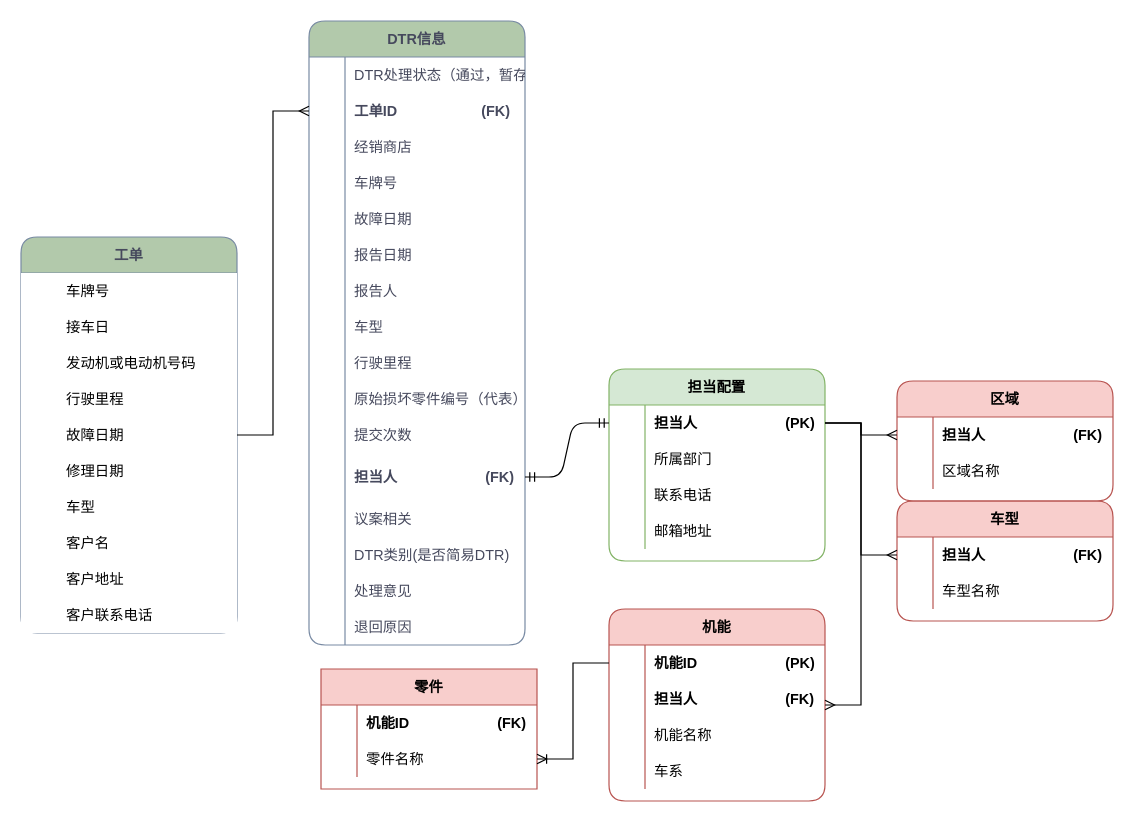
Before: images/DTR聚合根.drawio in 1132489442/designer, a draw.io diagram. Source tidied: cells renumbered, new cells numbered last; positions are measured from the earlier drawing's top-left corner, leaving out a move shared by most shapes. Both pictures are drawn from the tidied source at 120%, with x=0, y=0 at pixel (20, 20).
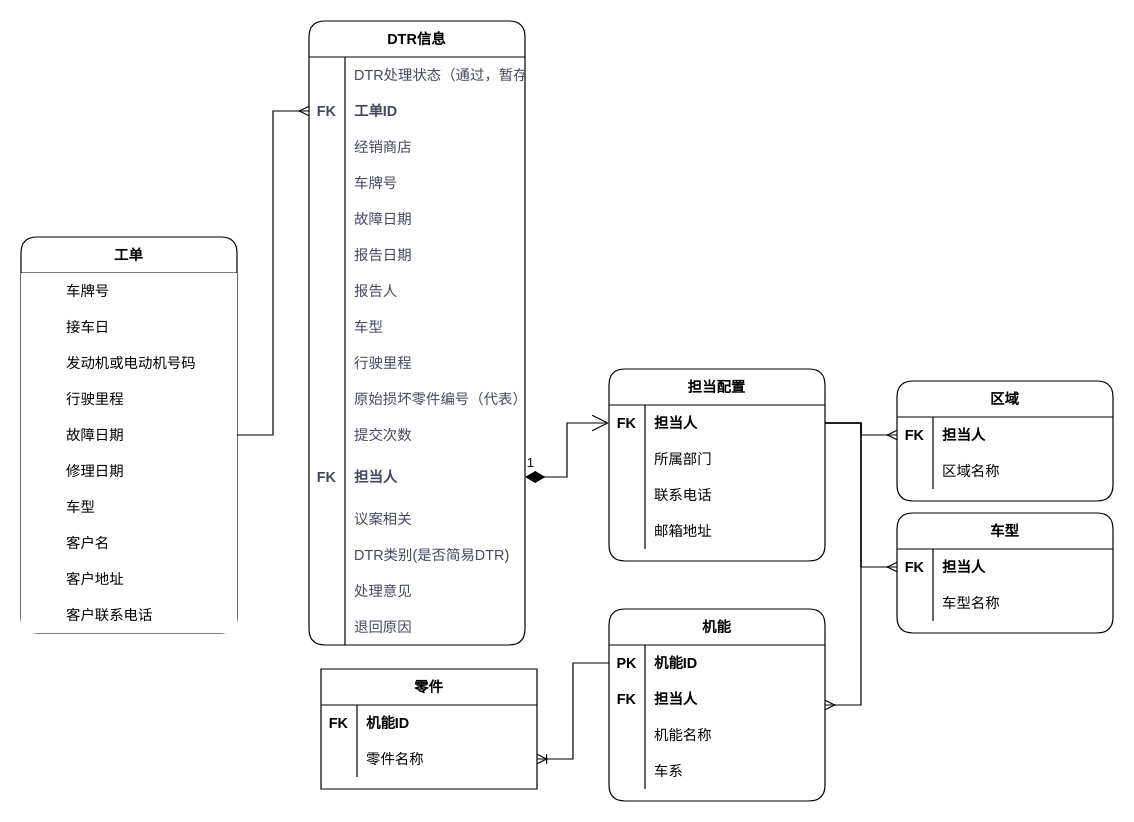
Above is the later version.

Commit message:
更新DTR聚合根.drawio

The change refers to these unchanged cells:
```xml
<mxCell id="37" style="shape=partialRectangle;fillColor=none;top=0;left=0;bottom=0;right=0;points=[[0,0.5],[1,0.5]];portConstraint=eastwest;strokeColor=#788AA3;fontColor=#46495D;rounded=1;" parent="33" vertex="1">
  <mxGeometry y="60" width="180" height="30" as="geometry" />
</mxCell>
<mxCell id="67" style="shape=partialRectangle;fillColor=none;top=0;left=0;bottom=0;right=0;points=[[0,0.5],[1,0.5]];portConstraint=eastwest;strokeColor=#788AA3;fontColor=#46495D;rounded=1;" parent="33" vertex="1">
  <mxGeometry y="360" width="180" height="40" as="geometry" />
</mxCell>
<mxCell id="83" style="shape=partialRectangle;fillColor=none;top=0;left=0;bottom=0;right=0;points=[[0,0.5],[1,0.5]];portConstraint=eastwest;rounded=1;" parent="82" vertex="1">
  <mxGeometry y="30" width="180" height="30" as="geometry" />
</mxCell>
<mxCell id="96" style="shape=partialRectangle;fillColor=none;top=0;left=0;bottom=0;right=0;points=[[0,0.5],[1,0.5]];portConstraint=eastwest;rounded=1;" parent="95" vertex="1">
  <mxGeometry y="30" width="180" height="30" as="geometry" />
</mxCell>
<mxCell id="99" style="shape=partialRectangle;fillColor=none;top=0;left=0;bottom=0;right=0;rounded=1;" parent="95" vertex="1">
  <mxGeometry y="60" width="180" height="30" as="geometry" />
</mxCell>
<mxCell id="109" style="shape=partialRectangle;fillColor=none;top=0;left=0;bottom=0;right=0;points=[[0,0.5],[1,0.5]];portConstraint=eastwest;rounded=1;" parent="108" vertex="1">
  <mxGeometry y="30" width="180" height="30" as="geometry" />
</mxCell>
<mxCell id="116" style="shape=partialRectangle;fillColor=none;top=0;left=0;bottom=0;right=0;points=[[0,0.5],[1,0.5]];portConstraint=eastwest;rounded=1;" parent="115" vertex="1">
  <mxGeometry y="30" width="180" height="30" as="geometry" />
</mxCell>
<mxCell id="128" style="shape=partialRectangle;fillColor=none;top=0;left=0;bottom=0;right=0;" parent="127" vertex="1">
  <mxGeometry y="30" width="180" height="30" as="geometry" />
</mxCell>
```

What changed in the source:
```diff
@@
-    <mxCell id="2" value="工单" style="shape=table;startSize=30;childLayout=tableLayout;rowLines=0;fontStyle=1;align=center;fillColor=#B2C9AB;strokeColor=#788AA3;fontColor=#46495D;rounded=1;verticalAlign=middle;" parent="1" vertex="1">
+    <mxCell id="2" value="工单" style="shape=table;startSize=30;childLayout=tableLayout;rowLines=0;fontStyle=1;align=center;rounded=1;verticalAlign=middle;" parent="1" vertex="1">
       <mxGeometry y="180" width="180" height="330" as="geometry" />
     </mxCell>
@@
-    <mxCell id="33" value="DTR信息" style="shape=table;startSize=30;childLayout=tableLayout;rowLines=0;fontStyle=1;align=center;fillColor=#B2C9AB;strokeColor=#788AA3;fontColor=#46495D;rounded=1;" parent="1" vertex="1">
+    <mxCell id="33" value="DTR信息" style="shape=table;startSize=30;childLayout=tableLayout;rowLines=0;fontStyle=1;align=center;rounded=1;" parent="1" vertex="1">
       <mxGeometry x="240" width="180" height="520" as="geometry" />
     </mxCell>
@@
-    <mxCell id="38" style="shape=partialRectangle;fillColor=none;top=0;left=0;bottom=0;right=0;overflow=hidden;strokeColor=#788AA3;fontColor=#46495D;rounded=1;" parent="37" vertex="1">
+    <mxCell id="38" value="FK" style="shape=partialRectangle;fillColor=none;top=0;left=0;bottom=0;right=0;overflow=hidden;strokeColor=#788AA3;fontColor=#46495D;rounded=1;fontStyle=1;" parent="37" vertex="1">
       <mxGeometry width="30" height="30" as="geometry" />
     </mxCell>
-    <mxCell id="39" value="工单ID                     (FK)" style="shape=partialRectangle;fillColor=none;top=0;left=0;bottom=0;right=0;align=left;spacingLeft=6;overflow=hidden;strokeColor=#788AA3;fontColor=#46495D;rounded=1;fontStyle=1;" parent="37" vertex="1">
+    <mxCell id="39" value="工单ID                     " style="shape=partialRectangle;fillColor=none;top=0;left=0;bottom=0;right=0;align=left;spacingLeft=6;overflow=hidden;strokeColor=#788AA3;fontColor=#46495D;rounded=1;fontStyle=1;" parent="37" vertex="1">
       <mxGeometry x="30" width="150" height="30" as="geometry" />
     </mxCell>
@@
-    <mxCell id="68" style="shape=partialRectangle;fillColor=none;top=0;left=0;bottom=0;right=0;overflow=hidden;strokeColor=#788AA3;fontColor=#46495D;rounded=1;" parent="67" vertex="1">
+    <mxCell id="68" value="FK" style="shape=partialRectangle;fillColor=none;top=0;left=0;bottom=0;right=0;overflow=hidden;strokeColor=#788AA3;fontColor=#46495D;rounded=1;fontStyle=1;" parent="67" vertex="1">
       <mxGeometry width="30" height="40" as="geometry" />
     </mxCell>
-    <mxCell id="69" value="担当人                      (FK)" style="shape=partialRectangle;fillColor=none;top=0;left=0;bottom=0;right=0;align=left;spacingLeft=6;overflow=hidden;strokeColor=#788AA3;fontColor=#46495D;rounded=1;fontStyle=1;" parent="67" vertex="1">
+    <mxCell id="69" value="担当人                     " style="shape=partialRectangle;fillColor=none;top=0;left=0;bottom=0;right=0;align=left;spacingLeft=6;overflow=hidden;strokeColor=#788AA3;fontColor=#46495D;rounded=1;fontStyle=1;" parent="67" vertex="1">
       <mxGeometry x="30" width="150" height="40" as="geometry" />
     </mxCell>
@@
-    <mxCell id="82" value="担当配置" style="shape=table;startSize=30;childLayout=tableLayout;rowLines=0;fontStyle=1;align=center;rounded=1;fillColor=#d5e8d4;strokeColor=#82b366;" parent="1" vertex="1">
+    <mxCell id="82" value="担当配置" style="shape=table;startSize=30;childLayout=tableLayout;rowLines=0;fontStyle=1;align=center;rounded=1;" parent="1" vertex="1">
       <mxGeometry x="490" y="290" width="180" height="160" as="geometry" />
     </mxCell>
@@
-    <mxCell id="84" style="shape=partialRectangle;fillColor=none;top=0;left=0;bottom=0;right=0;overflow=hidden;rounded=1;" parent="83" vertex="1">
+    <mxCell id="84" value="FK" style="shape=partialRectangle;fillColor=none;top=0;left=0;bottom=0;right=0;overflow=hidden;rounded=1;fontStyle=1;" parent="83" vertex="1">
       <mxGeometry width="30" height="30" as="geometry" />
     </mxCell>
-    <mxCell id="85" value="担当人                      (PK)" style="shape=partialRectangle;fillColor=none;top=0;left=0;bottom=0;right=0;align=left;spacingLeft=6;overflow=hidden;rounded=1;fontStyle=1;" parent="83" vertex="1">
+    <mxCell id="85" value="担当人              " style="shape=partialRectangle;fillColor=none;top=0;left=0;bottom=0;right=0;align=left;spacingLeft=6;overflow=hidden;rounded=1;fontStyle=1;" parent="83" vertex="1">
       <mxGeometry x="30" width="150" height="30" as="geometry" />
     </mxCell>
@@
-    <mxCell id="95" value="机能" style="shape=table;startSize=30;childLayout=tableLayout;rowLines=0;fontStyle=1;align=center;rounded=1;fillColor=#f8cecc;strokeColor=#b85450;" parent="1" vertex="1">
+    <mxCell id="95" value="机能" style="shape=table;startSize=30;childLayout=tableLayout;rowLines=0;fontStyle=1;align=center;rounded=1;" parent="1" vertex="1">
       <mxGeometry x="490" y="490" width="180" height="160" as="geometry" />
     </mxCell>
@@
-    <mxCell id="97" style="shape=partialRectangle;fillColor=none;top=0;left=0;bottom=0;right=0;overflow=hidden;rounded=1;" parent="96" vertex="1">
+    <mxCell id="97" value="PK" style="shape=partialRectangle;fillColor=none;top=0;left=0;bottom=0;right=0;overflow=hidden;rounded=1;fontStyle=1;" parent="96" vertex="1">
       <mxGeometry width="30" height="30" as="geometry" />
     </mxCell>
-    <mxCell id="98" value="机能ID                      (PK)" style="shape=partialRectangle;fillColor=none;top=0;left=0;bottom=0;right=0;align=left;spacingLeft=6;overflow=hidden;rounded=1;fontStyle=1;" parent="96" vertex="1">
+    <mxCell id="98" value="机能ID                " style="shape=partialRectangle;fillColor=none;top=0;left=0;bottom=0;right=0;align=left;spacingLeft=6;overflow=hidden;rounded=1;fontStyle=1;" parent="96" vertex="1">
       <mxGeometry x="30" width="150" height="30" as="geometry" />
     </mxCell>
@@
-    <mxCell id="100" style="shape=partialRectangle;fillColor=none;top=0;left=0;bottom=0;right=0;overflow=hidden;rounded=1;" parent="99" vertex="1">
+    <mxCell id="100" value="FK" style="shape=partialRectangle;fillColor=none;top=0;left=0;bottom=0;right=0;overflow=hidden;rounded=1;fontStyle=1;" parent="99" vertex="1">
       <mxGeometry width="30" height="30" as="geometry" />
     </mxCell>
-    <mxCell id="101" value="担当人                      (FK)" style="shape=partialRectangle;fillColor=none;top=0;left=0;bottom=0;right=0;align=left;spacingLeft=6;overflow=hidden;rounded=1;fontStyle=1;" parent="99" vertex="1">
+    <mxCell id="101" value="担当人             " style="shape=partialRectangle;fillColor=none;top=0;left=0;bottom=0;right=0;align=left;spacingLeft=6;overflow=hidden;rounded=1;fontStyle=1;" parent="99" vertex="1">
       <mxGeometry x="30" width="150" height="30" as="geometry" />
     </mxCell>
@@
-    <mxCell id="108" value="车型" style="shape=table;startSize=30;childLayout=tableLayout;rowLines=0;fontStyle=1;align=center;rounded=1;fillColor=#f8cecc;strokeColor=#b85450;" parent="1" vertex="1">
-      <mxGeometry x="730" y="400" width="180" height="100" as="geometry" />
+    <mxCell id="108" value="车型" style="shape=table;startSize=30;childLayout=tableLayout;rowLines=0;fontStyle=1;align=center;rounded=1;" parent="1" vertex="1">
+      <mxGeometry x="730" y="410" width="180" height="100" as="geometry" />
     </mxCell>
@@
-    <mxCell id="110" style="shape=partialRectangle;fillColor=none;top=0;left=0;bottom=0;right=0;overflow=hidden;rounded=1;" parent="109" vertex="1">
+    <mxCell id="110" value="FK" style="shape=partialRectangle;fillColor=none;top=0;left=0;bottom=0;right=0;overflow=hidden;rounded=1;fontStyle=1;" parent="109" vertex="1">
       <mxGeometry width="30" height="30" as="geometry" />
     </mxCell>
-    <mxCell id="111" value="担当人                      (FK)" style="shape=partialRectangle;fillColor=none;top=0;left=0;bottom=0;right=0;align=left;spacingLeft=6;overflow=hidden;rounded=1;fontStyle=1;" parent="109" vertex="1">
+    <mxCell id="111" value="担当人           " style="shape=partialRectangle;fillColor=none;top=0;left=0;bottom=0;right=0;align=left;spacingLeft=6;overflow=hidden;rounded=1;fontStyle=1;" parent="109" vertex="1">
       <mxGeometry x="30" width="150" height="30" as="geometry" />
     </mxCell>
@@
-    <mxCell id="115" value="区域" style="shape=table;startSize=30;childLayout=tableLayout;rowLines=0;fontStyle=1;align=center;rounded=1;fillColor=#f8cecc;strokeColor=#b85450;" parent="1" vertex="1">
+    <mxCell id="115" value="区域" style="shape=table;startSize=30;childLayout=tableLayout;rowLines=0;fontStyle=1;align=center;rounded=1;" parent="1" vertex="1">
       <mxGeometry x="730" y="300" width="180" height="100" as="geometry" />
     </mxCell>
@@
-    <mxCell id="117" style="shape=partialRectangle;fillColor=none;top=0;left=0;bottom=0;right=0;overflow=hidden;rounded=1;" parent="116" vertex="1">
+    <mxCell id="117" value="FK" style="shape=partialRectangle;fillColor=none;top=0;left=0;bottom=0;right=0;overflow=hidden;rounded=1;fontStyle=1;" parent="116" vertex="1">
       <mxGeometry width="30" height="30" as="geometry" />
     </mxCell>
-    <mxCell id="118" value="担当人                      (FK)" style="shape=partialRectangle;fillColor=none;top=0;left=0;bottom=0;right=0;align=left;spacingLeft=6;overflow=hidden;rounded=1;fontStyle=1;" parent="116" vertex="1">
+    <mxCell id="118" value="担当人     " style="shape=partialRectangle;fillColor=none;top=0;left=0;bottom=0;right=0;align=left;spacingLeft=6;overflow=hidden;rounded=1;fontStyle=1;" parent="116" vertex="1">
       <mxGeometry x="30" width="150" height="30" as="geometry" />
     </mxCell>
@@
-    <mxCell id="122" style="edgeStyle=entityRelationEdgeStyle;fontSize=12;html=1;endArrow=ERmandOne;startArrow=ERmandOne;rounded=1;entryX=1;entryY=0.5;entryDx=0;entryDy=0;exitX=0;exitY=0.5;exitDx=0;exitDy=0;" parent="1" edge="1" source="83" target="67">
-      <mxGeometry relative="1" as="geometry" />
-    </mxCell>
@@
-    <mxCell id="127" value="零件" style="shape=table;startSize=30;childLayout=tableLayout;rowLines=0;fontStyle=1;align=center;fillColor=#f8cecc;strokeColor=#b85450;" parent="1" vertex="1">
+    <mxCell id="127" value="零件" style="shape=table;startSize=30;childLayout=tableLayout;rowLines=0;fontStyle=1;align=center;" parent="1" vertex="1">
       <mxGeometry x="250" y="540" width="180" height="100" as="geometry" />
     </mxCell>
@@
-    <mxCell id="129" style="shape=partialRectangle;fillColor=none;top=0;left=0;bottom=0;right=0;overflow=hidden;" parent="128" vertex="1">
+    <mxCell id="129" value="FK" style="shape=partialRectangle;fillColor=none;top=0;left=0;bottom=0;right=0;overflow=hidden;fontStyle=1;" parent="128" vertex="1">
       <mxGeometry width="30" height="30" as="geometry" />
     </mxCell>
-    <mxCell id="130" value="机能ID                      (FK)" style="shape=partialRectangle;fillColor=none;top=0;left=0;bottom=0;right=0;align=left;spacingLeft=6;overflow=hidden;fontStyle=1;" parent="128" vertex="1">
+    <mxCell id="130" value="机能ID                   " style="shape=partialRectangle;fillColor=none;top=0;left=0;bottom=0;right=0;align=left;spacingLeft=6;overflow=hidden;fontStyle=1;" parent="128" vertex="1">
       <mxGeometry x="30" width="150" height="30" as="geometry" />
     </mxCell>
@@
+    <mxCell id="135" value="1" style="endArrow=open;html=1;endSize=12;startArrow=diamondThin;startSize=14;startFill=1;edgeStyle=orthogonalEdgeStyle;align=left;verticalAlign=bottom;rounded=0;entryX=0;entryY=0.5;entryDx=0;entryDy=0;" parent="1" edge="1" source="67" target="83">
+      <mxGeometry x="-1" y="3" relative="1" as="geometry" />
+    </mxCell>
```
